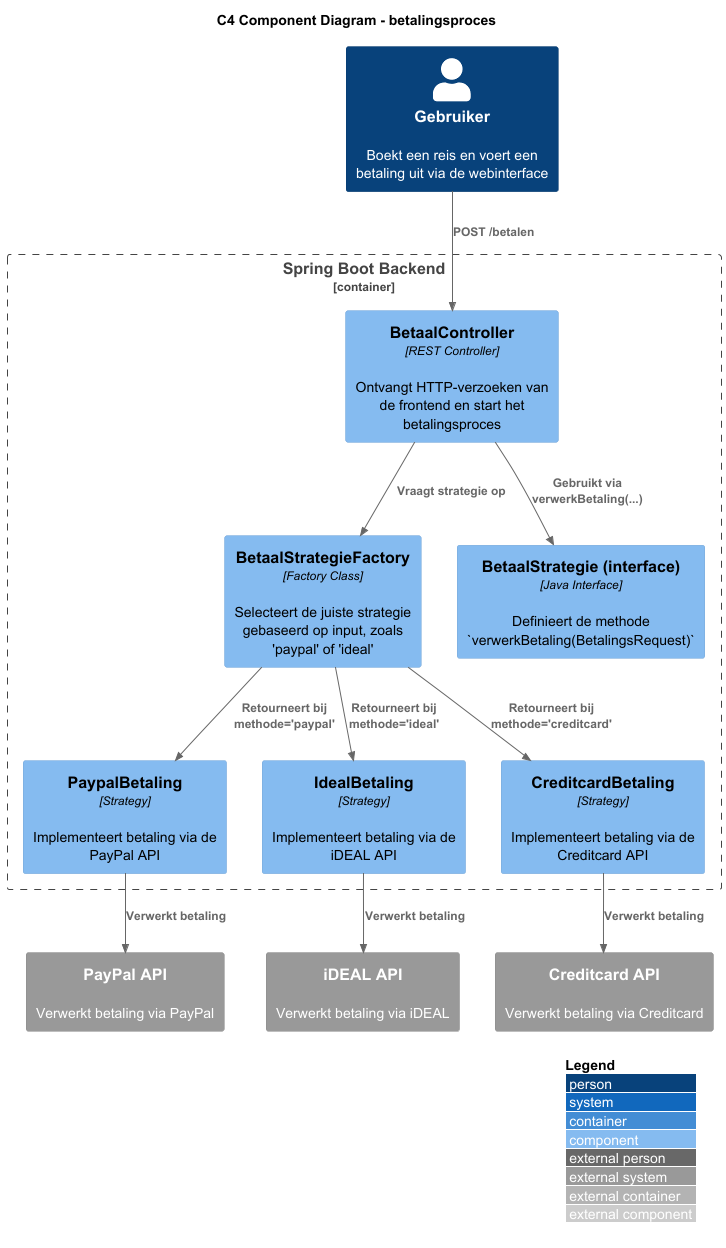
AIM-ENE-feb25/triptop-groep-5 keeps this PlantUML diagram as software-guidebook/images/betaalsysteemcomponentdiagram.png. Above is the earlier version. Its diagram source:
```plantuml
@startuml "C4 Component Diagram - betalingsproces"
!include https://raw.githubusercontent.com/plantuml-stdlib/C4-PlantUML/master/C4_Component.puml

LAYOUT_WITH_LEGEND()

title "C4 Component Diagram - betalingsproces"

Person(user, "Gebruiker", "Boekt een reis en voert een betaling uit via de webinterface")

Container_Boundary(backend, "Spring Boot Backend") {

  Component(controller, "BetaalController", "REST Controller","Ontvangt HTTP-verzoeken van de frontend en start het betalingsproces")

  Component(factory, "BetaalStrategieFactory", "Factory Class","Selecteert de juiste strategie gebaseerd op input, zoals 'paypal' of 'ideal'")

  Component(interface, "BetaalStrategie (interface)", "Java Interface","Definieert de methode `verwerkBetaling(BetalingsRequest)`")

  Component(paypal, "PaypalBetaling", "Strategy","Implementeert betaling via de PayPal API")

  Component(ideal, "IdealBetaling", "Strategy","Implementeert betaling via de iDEAL API")

  Component(cc, "CreditcardBetaling", "Strategy","Implementeert betaling via de Creditcard API")
}

System_Ext(paypalAPI, "PayPal API", "Verwerkt betaling via PayPal")
System_Ext(idealAPI, "iDEAL API", "Verwerkt betaling via iDEAL")
System_Ext(ccAPI, "Creditcard API", "Verwerkt betaling via Creditcard")

Rel(user, controller, "POST /betalen")
Rel(controller, factory, "Vraagt strategie op")
Rel(factory, paypal, "Retourneert bij methode='paypal'")
Rel(factory, ideal, "Retourneert bij methode='ideal'")
Rel(factory, cc, "Retourneert bij methode='creditcard'")
Rel(controller, interface, "Gebruikt via verwerkBetaling(...)")

Rel(paypal, paypalAPI, "Verwerkt betaling")
Rel(ideal, idealAPI, "Verwerkt betaling")
Rel(cc, ccAPI, "Verwerkt betaling")

@enduml
```
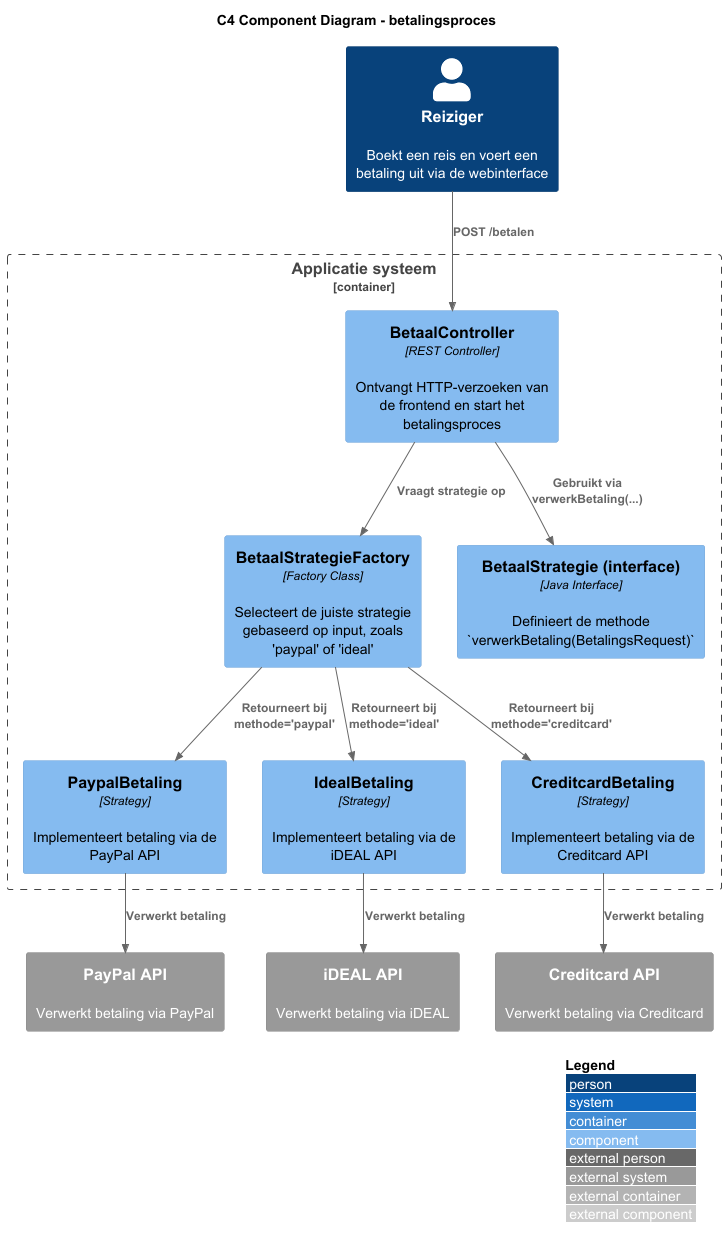
Later version of the same file.

What changed in the source:
```diff
@@ -5,9 +5,9 @@
 
 title "C4 Component Diagram - betalingsproces"
 
-Person(user, "Gebruiker", "Boekt een reis en voert een betaling uit via de webinterface")
+Person(reiziger, "Reiziger", "Boekt een reis en voert een betaling uit via de webinterface")
 
-Container_Boundary(backend, "Spring Boot Backend") {
+Container_Boundary(applicatieSysteem, "Applicatie systeem") {
 
   Component(controller, "BetaalController", "REST Controller","Ontvangt HTTP-verzoeken van de frontend en start het betalingsproces")
 
@@ -26,7 +26,7 @@
 System_Ext(idealAPI, "iDEAL API", "Verwerkt betaling via iDEAL")
 System_Ext(ccAPI, "Creditcard API", "Verwerkt betaling via Creditcard")
 
-Rel(user, controller, "POST /betalen")
+Rel(reiziger, controller, "POST /betalen")
 Rel(controller, factory, "Vraagt strategie op")
 Rel(factory, paypal, "Retourneert bij methode='paypal'")
 Rel(factory, ideal, "Retourneert bij methode='ideal'")
```
